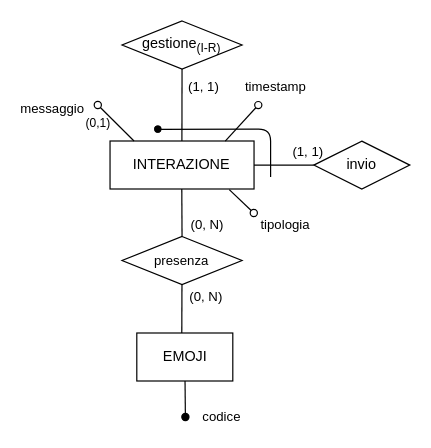
Before: Progetto Esame - DBSperimentazioni A.A. 2023-2024/Diagrammi/generalizzazioni/2.3.2.3_gen_3b.drawio in Mattron2000/Basi_di_dati, a draw.io diagram. Source tidied: cells renumbered, new cells numbered last; positions are measured from the earlier drawing's top-left corner, leaving out a move shared by most shapes. Both pictures are drawn from the tidied source at 120%, with x=0, y=0 at pixel (73, 20).
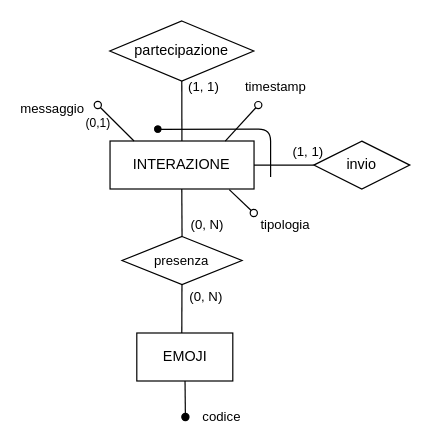
Above is the later version.

Change to the diagram source:
```diff
@@
-    <mxCell id="17" value="gestione&lt;sub&gt;(I-R)&lt;/sub&gt;" style="rhombus;whiteSpace=wrap;html=1;" parent="1" vertex="1">
-      <mxGeometry x="40.2" width="100" height="40" as="geometry" />
+    <mxCell id="17" value="partecipazione" style="rhombus;whiteSpace=wrap;html=1;" parent="1" vertex="1">
+      <mxGeometry x="30" width="120" height="50" as="geometry" />
     </mxCell>
```
